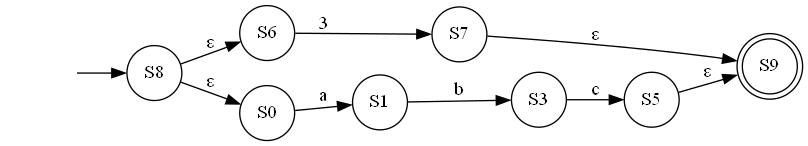
This is NFA Visualization.gv.png from youssefhassan01/Compilers_Assignment, a Graphviz export, as it was before one commit. Its source is kept beside it as NFA Visualization.gv. Its diagram source:
```dot
digraph "NFA Visualization" {
	graph [rankdir=LR]
	"" [label="" shape=plaintext]
	S9 [label=S9 shape=doublecircle]
	S5 [label=S5 shape=circle]
	S6 [label=S6 shape=circle]
	S1 [label=S1 shape=circle]
	S7 [label=S7 shape=circle]
	S3 [label=S3 shape=circle]
	S0 [label=S0 shape=circle]
	S8 [label=S8 shape=circle]
	"" -> S8 [label=""]
	S0 -> S1 [label=a]
	S1 -> S3 [label=b]
	S3 -> S5 [label=c]
	S5 -> S9 [label="ε"]
	S6 -> S7 [label=3]
	S7 -> S9 [label="ε"]
	S8 -> S6 [label="ε"]
	S8 -> S0 [label="ε"]
}
```
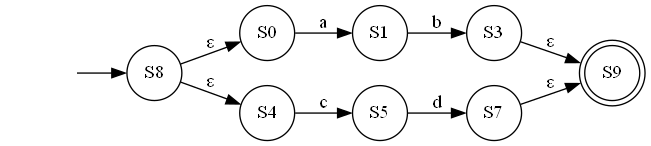
Later version of the same file.

What changed in the source:
```diff
@@ -2,20 +2,20 @@
 	graph [rankdir=LR]
 	"" [label="" shape=plaintext]
 	S9 [label=S9 shape=doublecircle]
-	S5 [label=S5 shape=circle]
-	S6 [label=S6 shape=circle]
+	S0 [label=S0 shape=circle]
 	S1 [label=S1 shape=circle]
 	S7 [label=S7 shape=circle]
+	S8 [label=S8 shape=circle]
+	S4 [label=S4 shape=circle]
 	S3 [label=S3 shape=circle]
-	S0 [label=S0 shape=circle]
-	S8 [label=S8 shape=circle]
+	S5 [label=S5 shape=circle]
 	"" -> S8 [label=""]
 	S0 -> S1 [label=a]
 	S1 -> S3 [label=b]
-	S3 -> S5 [label=c]
-	S5 -> S9 [label="ε"]
-	S6 -> S7 [label=3]
+	S3 -> S9 [label="ε"]
+	S4 -> S5 [label=c]
+	S5 -> S7 [label=d]
 	S7 -> S9 [label="ε"]
-	S8 -> S6 [label="ε"]
 	S8 -> S0 [label="ε"]
+	S8 -> S4 [label="ε"]
 }
```
